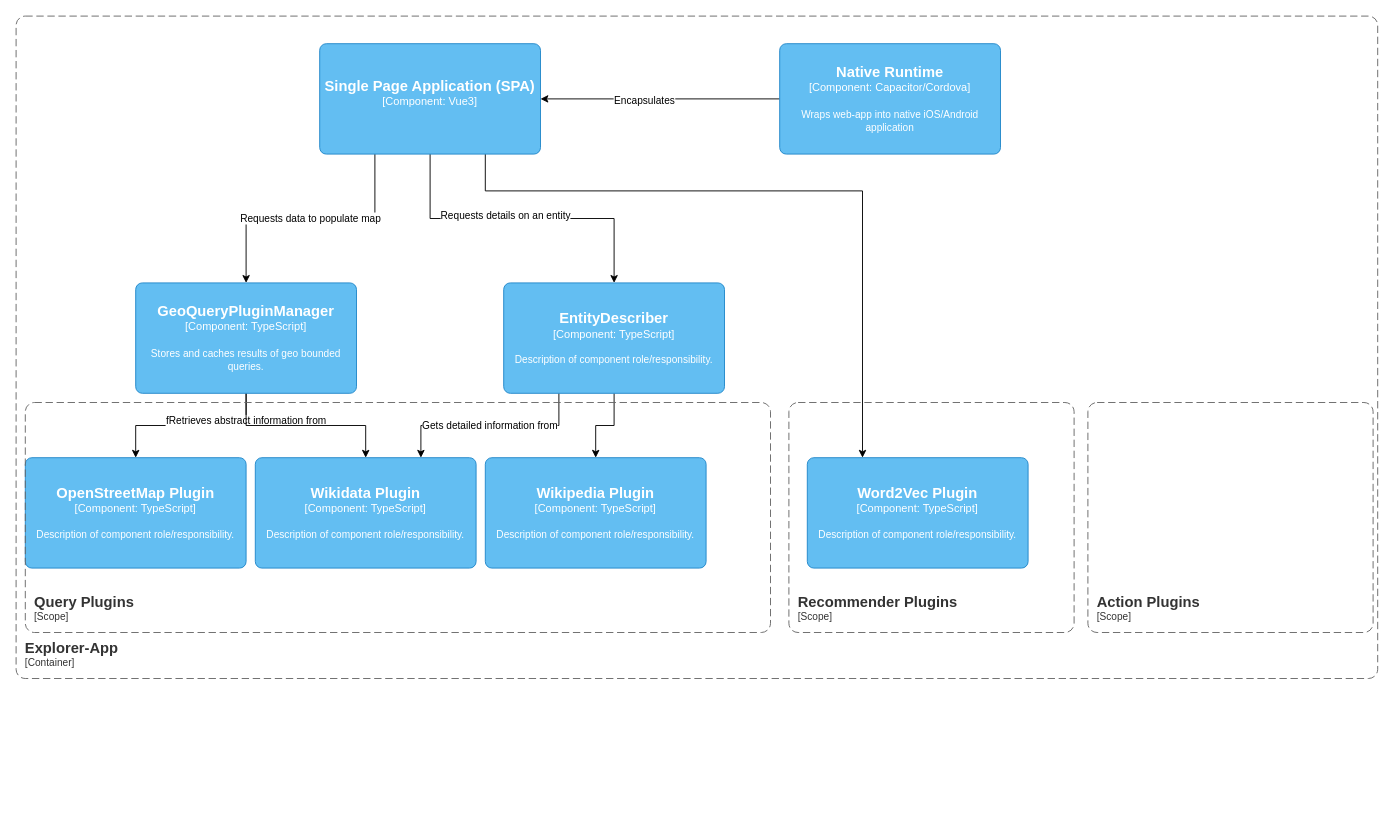
The draw.io diagram page "Explorer-App" (3 of 6) of gis-architecture.drawio in signal32/explorer, before the edit. Source tidied: cells renumbered, new cells numbered last; positions are measured from the earlier drawing's top-left corner, leaving out a move shared by most shapes. Both pictures are drawn from the tidied source at 92%, with x=0, y=0 at pixel (16, 16).
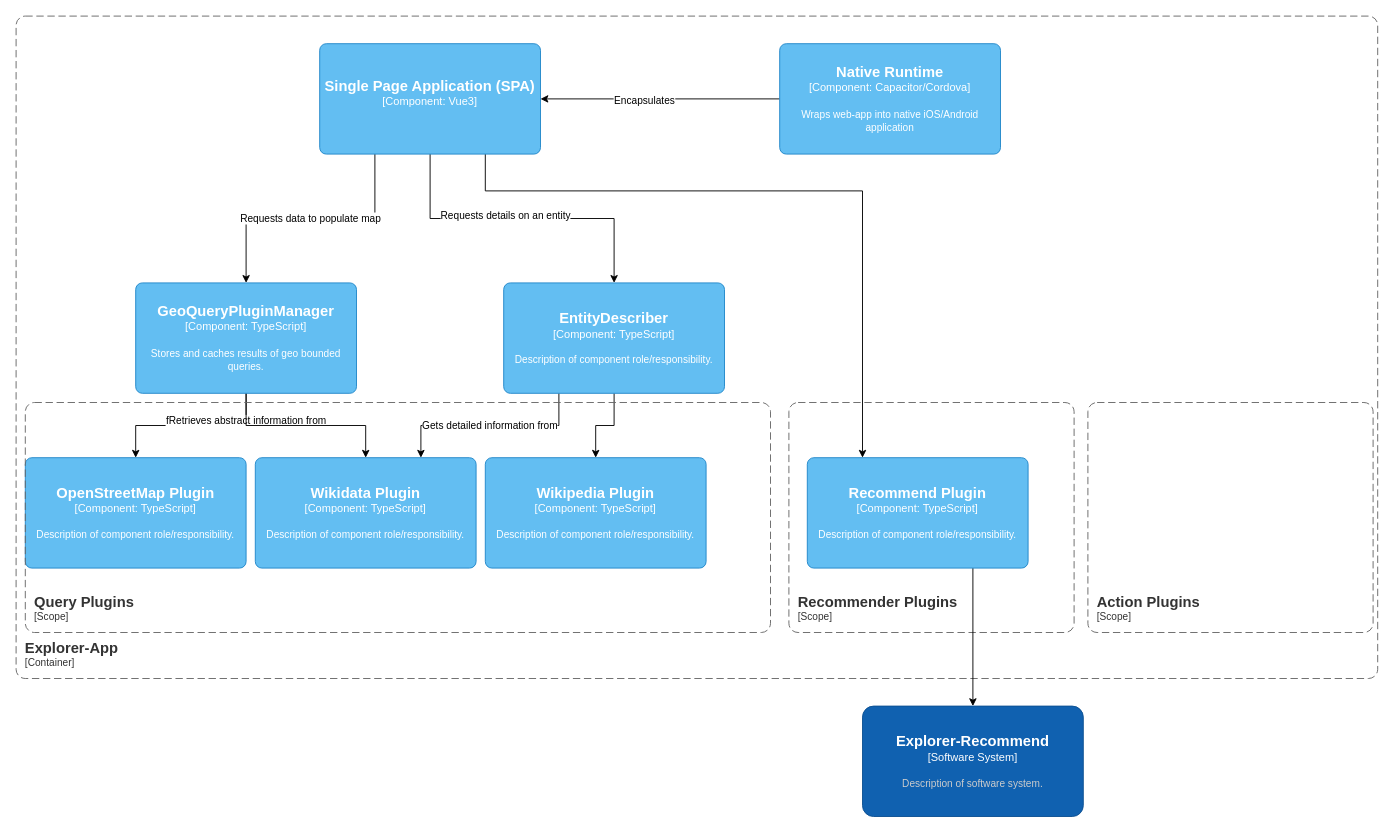
Above is the later version.

Commit message:
Added Explorer-Recommend container diagram

Diff of the diagram source:
```diff
@@
+    <mxCell id="24" style="edgeStyle=orthogonalEdgeStyle;rounded=0;jettySize=auto;html=1;exitX=0.75;exitY=1;exitDx=0;exitDy=0;exitPerimeter=0;entryX=0.5;entryY=0;entryDx=0;entryDy=0;entryPerimeter=0;" parent="1" edge="1" source="22" target="25">
+      <mxGeometry relative="1" as="geometry" />
+    </mxCell>
-    <object id="22" label="&lt;font style=&quot;font-size: 16px&quot;&gt;&lt;b&gt;%c4Name%&lt;/b&gt;&lt;/font&gt;&lt;div&gt;[%c4Type%: %c4Technology%]&lt;/div&gt;&lt;br&gt;&lt;div&gt;&lt;font style=&quot;font-size: 11px&quot;&gt;%c4Description%&lt;/font&gt;&lt;/div&gt;" c4Description="Description of component role/responsibility." c4Name="Word2Vec Plugin" c4Technology="TypeScript" c4Type="Component" placeholders="1">
+    <object id="22" label="&lt;font style=&quot;font-size: 16px&quot;&gt;&lt;b&gt;%c4Name%&lt;/b&gt;&lt;/font&gt;&lt;div&gt;[%c4Type%: %c4Technology%]&lt;/div&gt;&lt;br&gt;&lt;div&gt;&lt;font style=&quot;font-size: 11px&quot;&gt;%c4Description%&lt;/font&gt;&lt;/div&gt;" c4Description="Description of component role/responsibility." c4Name="Recommend Plugin" c4Technology="TypeScript" c4Type="Component" placeholders="1">
       <mxCell style="rounded=1;whiteSpace=wrap;html=1;labelBackgroundColor=none;fillColor=#63BEF2;fontColor=#ffffff;align=center;arcSize=6;strokeColor=#2086C9;metaData={&quot;c4Type&quot;:{&quot;editable&quot;:false}};points=[[0.25,0,0],[0.5,0,0],[0.75,0,0],[1,0.25,0],[1,0.5,0],[1,0.75,0],[0.75,1,0],[0.5,1,0],[0.25,1,0],[0,0.75,0],[0,0.5,0],[0,0.25,0]];" parent="1" vertex="1">
         <mxGeometry x="860" y="480" width="240" height="120" as="geometry" />
       </mxCell>
     </object>
@@
+    <object id="25" label="&lt;font style=&quot;font-size: 16px&quot;&gt;&lt;b&gt;%c4Name%&lt;/b&gt;&lt;/font&gt;&lt;div&gt;[%c4Type%]&lt;/div&gt;&lt;br&gt;&lt;div&gt;&lt;font style=&quot;font-size: 11px&quot;&gt;&lt;font color=&quot;#cccccc&quot;&gt;%c4Description%&lt;/font&gt;&lt;/div&gt;" c4Description="Description of software system." c4Name="Explorer-Recommend" c4Type="Software System" placeholders="1">
+      <mxCell style="rounded=1;whiteSpace=wrap;html=1;labelBackgroundColor=none;fillColor=#1061B0;fontColor=#ffffff;align=center;arcSize=10;strokeColor=#0D5091;metaData={&quot;c4Type&quot;:{&quot;editable&quot;:false}};points=[[0.25,0,0],[0.5,0,0],[0.75,0,0],[1,0.25,0],[1,0.5,0],[1,0.75,0],[0.75,1,0],[0.5,1,0],[0.25,1,0],[0,0.75,0],[0,0.5,0],[0,0.25,0]];" parent="1" vertex="1">
+        <mxGeometry x="920" y="750" width="240" height="120" as="geometry" />
+      </mxCell>
+    </object>
```
